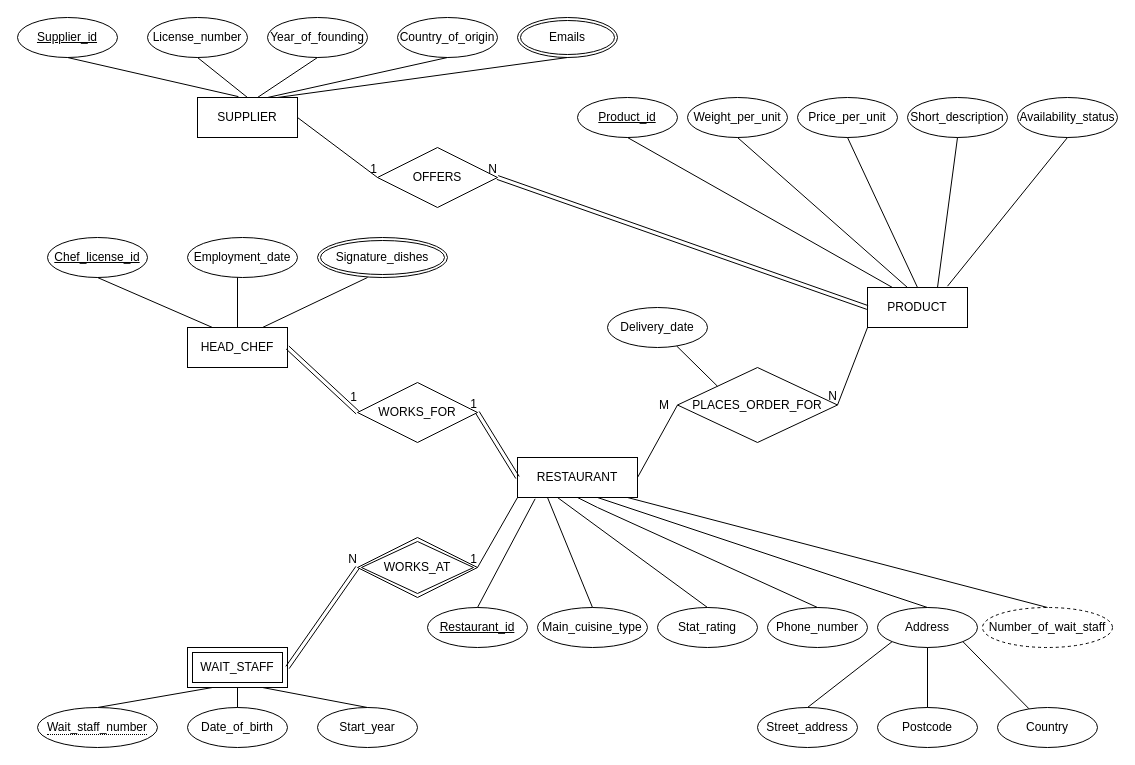
Earlier version of the draw.io diagram Untitled Diagram.drawio (Jack-UNSW/ohmyzsh). Source tidied: cells renumbered, new cells numbered last; positions are measured from the earlier drawing's top-left corner, leaving out a move shared by most shapes. Both pictures are drawn from the tidied source at 100%, with x=0, y=0 at pixel (17, 17).
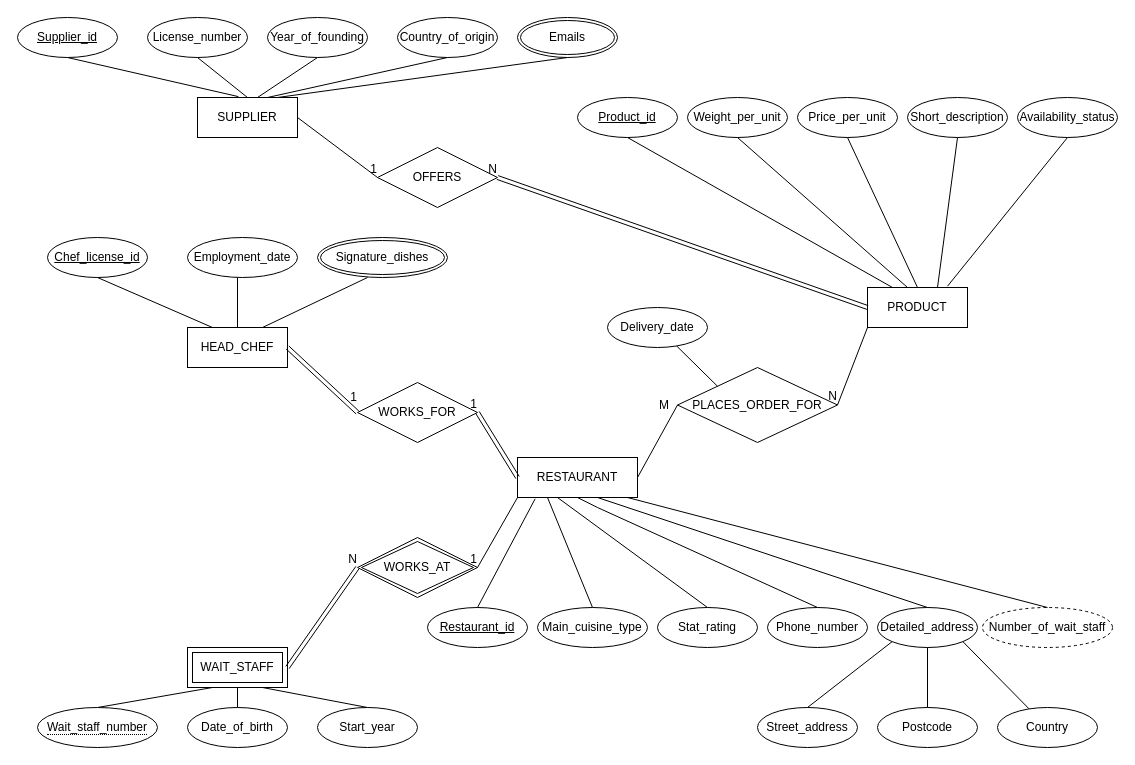
The same diagram, later.

Diff of the diagram source:
```diff
@@
-    <mxCell id="39" value="Address" style="ellipse;whiteSpace=wrap;html=1;align=center;" parent="1" vertex="1">
+    <mxCell id="39" value="Detailed_address" style="ellipse;whiteSpace=wrap;html=1;align=center;" parent="1" vertex="1">
       <mxGeometry x="860" y="590" width="100" height="40" as="geometry" />
     </mxCell>
```
